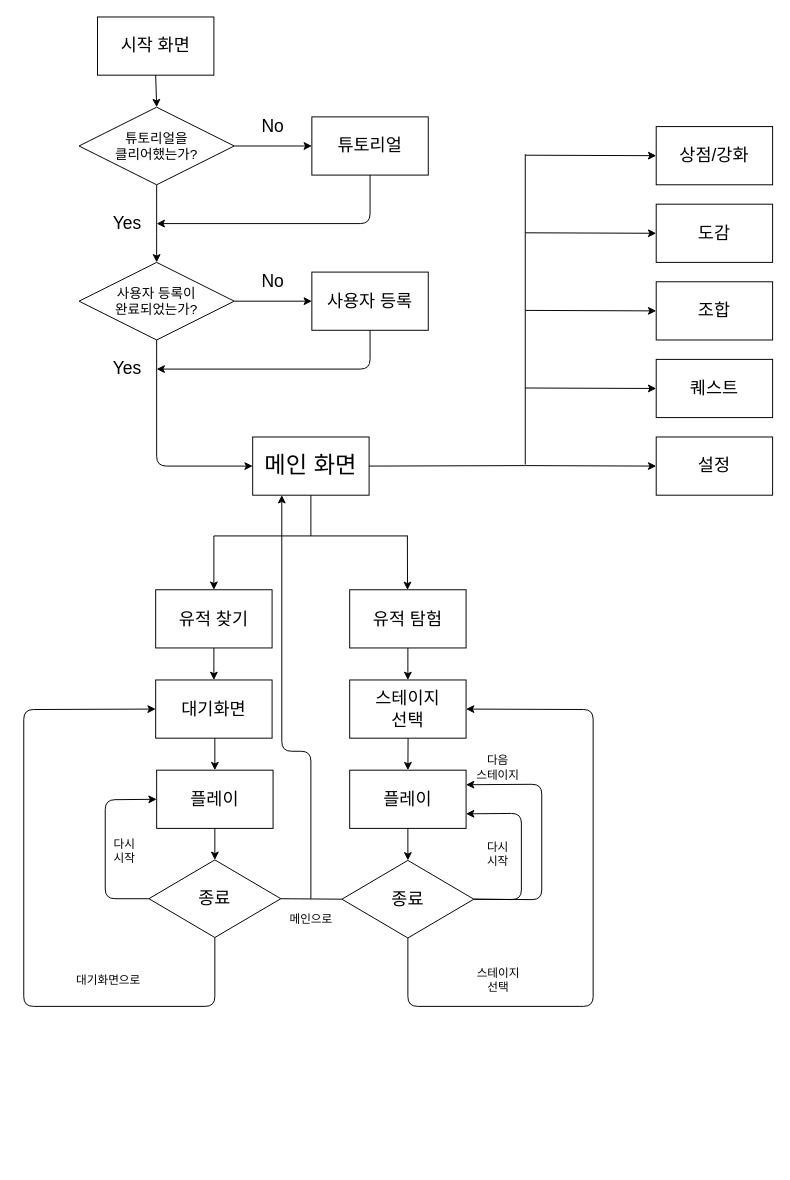
dinenki71/UI keeps this draw.io diagram as Untitled Diagram.drawio. Above is the earlier version. Source tidied: cells renumbered, new cells numbered last; positions are measured from the earlier drawing's top-left corner, leaving out a move shared by most shapes. Both pictures are drawn from the tidied source at 97%, with x=0, y=0 at pixel (23, 16).
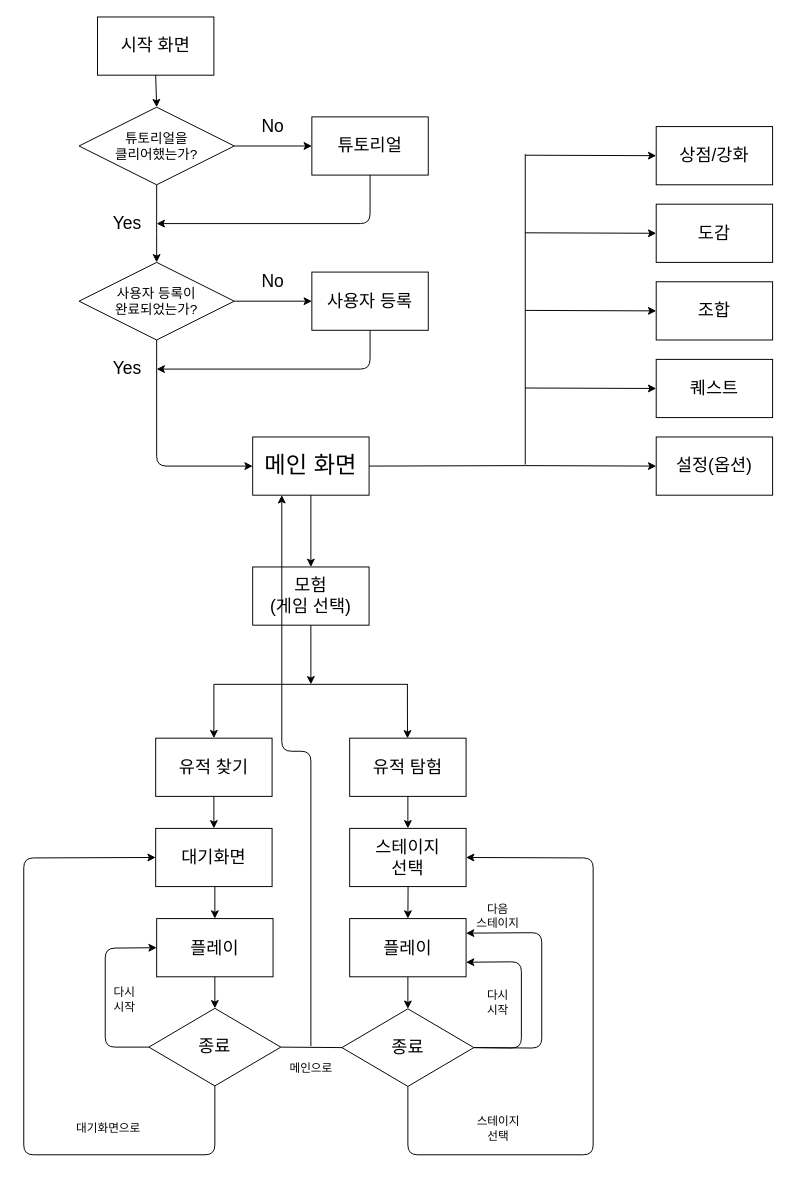
The same page after the edit.

The change refers to these unchanged cells:
```xml
<mxCell id="13" value="&lt;font style=&quot;font-size: 24px&quot;&gt;메인 화면&lt;/font&gt;" style="rounded=0;whiteSpace=wrap;html=1;" parent="1" vertex="1">
  <mxGeometry x="236" y="433" width="120" height="60" as="geometry" />
</mxCell>
```

The edit, as a diff of the source:
```diff
@@
+    <mxCell id="62" value="&lt;font style=&quot;font-size: 18px&quot;&gt;모험&lt;br&gt;(게임 선택)&lt;br&gt;&lt;/font&gt;" style="rounded=0;whiteSpace=wrap;html=1;" parent="1" vertex="1">
+      <mxGeometry x="236" y="567" width="120" height="60" as="geometry" />
+    </mxCell>
@@
-    <mxCell id="30" value="&lt;font style=&quot;font-size: 18px&quot;&gt;설정&lt;/font&gt;" style="rounded=0;whiteSpace=wrap;html=1;" parent="1" vertex="1">
+    <mxCell id="30" value="&lt;font style=&quot;font-size: 18px&quot;&gt;설정(옵션)&lt;/font&gt;" style="rounded=0;whiteSpace=wrap;html=1;" parent="1" vertex="1">
       <mxGeometry x="652" y="433" width="120" height="60" as="geometry" />
     </mxCell>
-    <mxCell id="31" style="endArrow=none;html=1;entryX=0.5;entryY=1;entryDx=0;entryDy=0;" parent="1" edge="1" target="13">
-      <mxGeometry relative="1" as="geometry">
-        <mxPoint x="296" y="535" as="sourcePoint" />
-      </mxGeometry>
-    </mxCell>
     <mxCell id="32" style="endArrow=none;html=1;" parent="1" edge="1">
       <mxGeometry relative="1" as="geometry">
-        <mxPoint x="196" y="535" as="sourcePoint" />
-        <mxPoint x="396" y="535" as="targetPoint" />
+        <mxPoint x="196" y="688" as="sourcePoint" />
+        <mxPoint x="396" y="688" as="targetPoint" />
       </mxGeometry>
     </mxCell>
     <mxCell id="33" value="&lt;font style=&quot;font-size: 18px&quot;&gt;유적 찾기&lt;/font&gt;" style="rounded=0;whiteSpace=wrap;html=1;" parent="1" vertex="1">
-      <mxGeometry x="136" y="590.5" width="120" height="60" as="geometry" />
+      <mxGeometry x="136" y="743.5" width="120" height="60" as="geometry" />
     </mxCell>
     <mxCell id="34" value="&lt;font style=&quot;font-size: 18px&quot;&gt;유적 탐험&lt;/font&gt;" style="rounded=0;whiteSpace=wrap;html=1;" parent="1" vertex="1">
-      <mxGeometry x="336" y="590.5" width="120" height="60" as="geometry" />
+      <mxGeometry x="336" y="743.5" width="120" height="60" as="geometry" />
     </mxCell>
     <mxCell id="35" value="&lt;font style=&quot;font-size: 18px&quot;&gt;스테이지&lt;br&gt;선택&lt;/font&gt;&lt;br&gt;" style="rounded=0;whiteSpace=wrap;html=1;" parent="1" vertex="1">
-      <mxGeometry x="336" y="683.5" width="120" height="60" as="geometry" />
+      <mxGeometry x="336" y="836.5" width="120" height="60" as="geometry" />
     </mxCell>
     <mxCell id="36" style="endArrow=classic;html=1;entryX=0.5;entryY=0;entryDx=0;entryDy=0;" parent="1" edge="1" target="33">
       <mxGeometry relative="1" as="geometry">
-        <mxPoint x="196" y="535" as="sourcePoint" />
+        <mxPoint x="196" y="688" as="sourcePoint" />
         <Array as="points">
-          <mxPoint x="196" y="535" />
+          <mxPoint x="196" y="688" />
         </Array>
       </mxGeometry>
     </mxCell>
     <mxCell id="37" style="endArrow=classic;html=1;entryX=0.5;entryY=0;entryDx=0;entryDy=0;" parent="1" edge="1">
       <mxGeometry relative="1" as="geometry">
-        <mxPoint x="395.5" y="535" as="sourcePoint" />
-        <mxPoint x="395.6" y="590.7" as="targetPoint" />
+        <mxPoint x="395.5" y="688" as="sourcePoint" />
+        <mxPoint x="395.6" y="743.7" as="targetPoint" />
         <Array as="points">
-          <mxPoint x="395.5" y="535" />
+          <mxPoint x="395.5" y="688" />
         </Array>
       </mxGeometry>
     </mxCell>
@@
     <mxCell id="39" value="&lt;font style=&quot;font-size: 18px&quot;&gt;대기화면&lt;/font&gt;" style="rounded=0;whiteSpace=wrap;html=1;" parent="1" vertex="1">
-      <mxGeometry x="136" y="683.5" width="120" height="60" as="geometry" />
+      <mxGeometry x="136" y="836.5" width="120" height="60" as="geometry" />
     </mxCell>
     <mxCell id="40" style="endArrow=classic;html=1;entryX=0.5;entryY=0;entryDx=0;entryDy=0;" parent="1" edge="1" target="39">
       <mxGeometry relative="1" as="geometry">
-        <mxPoint x="196" y="650.5" as="sourcePoint" />
+        <mxPoint x="196" y="803.5" as="sourcePoint" />
         <Array as="points">
-          <mxPoint x="196" y="650.5" />
+          <mxPoint x="196" y="803.5" />
         </Array>
       </mxGeometry>
     </mxCell>
     <mxCell id="41" value="&lt;font style=&quot;font-size: 18px&quot;&gt;플레이&lt;br&gt;&lt;/font&gt;" style="rounded=0;whiteSpace=wrap;html=1;" parent="1" vertex="1">
-      <mxGeometry x="137" y="776.5" width="120" height="60" as="geometry" />
+      <mxGeometry x="137" y="929.5" width="120" height="60" as="geometry" />
     </mxCell>
     <mxCell id="42" style="endArrow=classic;html=1;entryX=0.5;entryY=0;entryDx=0;entryDy=0;" parent="1" edge="1" target="41">
       <mxGeometry relative="1" as="geometry">
-        <mxPoint x="197" y="743.5" as="sourcePoint" />
+        <mxPoint x="197" y="896.5" as="sourcePoint" />
         <Array as="points">
-          <mxPoint x="197" y="743.5" />
+          <mxPoint x="197" y="896.5" />
         </Array>
       </mxGeometry>
     </mxCell>
     <mxCell id="43" value="&lt;span style=&quot;font-size: 18px&quot;&gt;플레이&lt;/span&gt;&lt;br&gt;" style="rounded=0;whiteSpace=wrap;html=1;" parent="1" vertex="1">
-      <mxGeometry x="336" y="776.5" width="120" height="60" as="geometry" />
+      <mxGeometry x="336" y="929.5" width="120" height="60" as="geometry" />
     </mxCell>
     <mxCell id="44" style="endArrow=classic;html=1;exitX=0.5;exitY=1;exitDx=0;exitDy=0;entryX=0.5;entryY=0;entryDx=0;entryDy=0;" parent="1" edge="1" target="43">
       <mxGeometry relative="1" as="geometry">
-        <mxPoint x="396.2" y="743.5" as="sourcePoint" />
+        <mxPoint x="396.2" y="896.5" as="sourcePoint" />
       </mxGeometry>
     </mxCell>
     <mxCell id="45" value="&lt;font style=&quot;font-size: 18px&quot;&gt;종료&lt;/font&gt;" style="rhombus;whiteSpace=wrap;html=1;" parent="1" vertex="1">
-      <mxGeometry x="328" y="869.5" width="136" height="80" as="geometry" />
+      <mxGeometry x="328" y="1022.5" width="136" height="80" as="geometry" />
     </mxCell>
@@
     <mxCell id="47" value="&lt;font style=&quot;font-size: 18px&quot;&gt;종료&lt;/font&gt;" style="rhombus;whiteSpace=wrap;html=1;" parent="1" vertex="1">
-      <mxGeometry x="129" y="869" width="136" height="80" as="geometry" />
+      <mxGeometry x="129" y="1022" width="136" height="80" as="geometry" />
     </mxCell>
     <mxCell id="48" style="endArrow=classic;html=1;exitX=0.5;exitY=1;exitDx=0;exitDy=0;entryX=0.5;entryY=0;entryDx=0;entryDy=0;" parent="1" edge="1" target="47">
       <mxGeometry relative="1" as="geometry">
-        <mxPoint x="197" y="836.5" as="sourcePoint" />
+        <mxPoint x="197" y="989.5" as="sourcePoint" />
       </mxGeometry>
     </mxCell>
     <mxCell id="49" style="endArrow=classic;html=1;exitX=0.5;exitY=1;exitDx=0;exitDy=0;entryX=1;entryY=0.5;entryDx=0;entryDy=0;" parent="1" edge="1" source="45" target="35">
       <mxGeometry relative="1" as="geometry">
         <Array as="points">
-          <mxPoint x="396" y="1020" />
-          <mxPoint x="587" y="1020" />
-          <mxPoint x="587" y="714" />
+          <mxPoint x="396" y="1173" />
+          <mxPoint x="587" y="1173" />
+          <mxPoint x="587" y="867" />
         </Array>
       </mxGeometry>
     </mxCell>
     <mxCell id="50" style="endArrow=classic;html=1;exitX=1;exitY=0.5;exitDx=0;exitDy=0;entryX=1;entryY=0.75;entryDx=0;entryDy=0;" parent="1" edge="1" source="45" target="43">
       <mxGeometry relative="1" as="geometry">
         <Array as="points">
-          <mxPoint x="513" y="910" />
-          <mxPoint x="513" y="821" />
+          <mxPoint x="513" y="1063" />
+          <mxPoint x="513" y="974" />
         </Array>
       </mxGeometry>
     </mxCell>
     <mxCell id="51" style="endArrow=classic;html=1;exitX=0.5;exitY=1;exitDx=0;exitDy=0;entryX=0;entryY=0.5;entryDx=0;entryDy=0;" parent="1" edge="1" source="47" target="39">
       <mxGeometry relative="1" as="geometry">
         <Array as="points">
-          <mxPoint x="197" y="1020" />
-          <mxPoint y="1020" />
-          <mxPoint y="714" />
+          <mxPoint x="197" y="1173" />
+          <mxPoint y="1173" />
+          <mxPoint y="867" />
         </Array>
       </mxGeometry>
     </mxCell>
     <mxCell id="52" style="endArrow=classic;html=1;exitX=0;exitY=0.5;exitDx=0;exitDy=0;entryX=0;entryY=0.5;entryDx=0;entryDy=0;" parent="1" edge="1" source="47" target="41">
       <mxGeometry relative="1" as="geometry">
         <Array as="points">
-          <mxPoint x="84" y="909" />
-          <mxPoint x="84" y="807" />
+          <mxPoint x="84" y="1062" />
+          <mxPoint x="84" y="960" />
         </Array>
       </mxGeometry>
     </mxCell>
@@
     <mxCell id="54" style="endArrow=classic;html=1;entryX=0.25;entryY=1;entryDx=0;entryDy=0;" parent="1" edge="1" target="13">
       <mxGeometry relative="1" as="geometry">
-        <mxPoint x="296" y="909" as="sourcePoint" />
+        <mxPoint x="296" y="1061" as="sourcePoint" />
         <Array as="points">
           <mxPoint x="296" y="757" />
           <mxPoint x="266" y="757" />
         </Array>
       </mxGeometry>
     </mxCell>
     <mxCell id="55" value="다시&lt;br&gt;시작&lt;br&gt;" style="text;html=1;strokeColor=none;fillColor=none;align=center;verticalAlign=middle;whiteSpace=wrap;rounded=0;" parent="1" vertex="1">
-      <mxGeometry x="83.5" y="849.5" width="40" height="20" as="geometry" />
+      <mxGeometry x="83.5" y="1002.5" width="40" height="20" as="geometry" />
     </mxCell>
     <mxCell id="56" value="다시&lt;br&gt;시작&lt;br&gt;" style="text;html=1;strokeColor=none;fillColor=none;align=center;verticalAlign=middle;whiteSpace=wrap;rounded=0;" parent="1" vertex="1">
-      <mxGeometry x="469" y="853" width="40" height="20" as="geometry" />
+      <mxGeometry x="469" y="1006" width="40" height="20" as="geometry" />
     </mxCell>
     <mxCell id="57" value="스테이지&lt;br&gt;선택&lt;br&gt;" style="text;html=1;strokeColor=none;fillColor=none;align=center;verticalAlign=middle;whiteSpace=wrap;rounded=0;" parent="1" vertex="1">
-      <mxGeometry x="435.5" y="979.5" width="107" height="26" as="geometry" />
+      <mxGeometry x="435.5" y="1132.5" width="107" height="26" as="geometry" />
     </mxCell>
     <mxCell id="58" value="대기화면으로&lt;br&gt;" style="text;html=1;strokeColor=none;fillColor=none;align=center;verticalAlign=middle;whiteSpace=wrap;rounded=0;" parent="1" vertex="1">
-      <mxGeometry x="33.5" y="979.5" width="107" height="26" as="geometry" />
+      <mxGeometry x="33.5" y="1132.5" width="107" height="26" as="geometry" />
     </mxCell>
     <mxCell id="59" value="메인으로&lt;br&gt;" style="text;html=1;strokeColor=none;fillColor=none;align=center;verticalAlign=middle;whiteSpace=wrap;rounded=0;" parent="1" vertex="1">
-      <mxGeometry x="242.5" y="917.5" width="107" height="26" as="geometry" />
+      <mxGeometry x="242.5" y="1070.5" width="107" height="26" as="geometry" />
     </mxCell>
     <mxCell id="60" style="endArrow=classic;html=1;exitX=1;exitY=0.5;exitDx=0;exitDy=0;entryX=1;entryY=0.25;entryDx=0;entryDy=0;" parent="1" edge="1" source="45" target="43">
       <mxGeometry relative="1" as="geometry">
         <Array as="points">
-          <mxPoint x="534" y="910" />
-          <mxPoint x="534" y="791" />
+          <mxPoint x="534" y="1063" />
+          <mxPoint x="534" y="944" />
         </Array>
       </mxGeometry>
     </mxCell>
     <mxCell id="61" value="다음&lt;br&gt;스테이지&lt;br&gt;" style="text;html=1;strokeColor=none;fillColor=none;align=center;verticalAlign=middle;whiteSpace=wrap;rounded=0;" parent="1" vertex="1">
-      <mxGeometry x="460" y="764" width="58" height="20" as="geometry" />
+      <mxGeometry x="460" y="917" width="58" height="20" as="geometry" />
     </mxCell>
+    <mxCell id="63" style="endArrow=classic;html=1;exitX=0.5;exitY=1;exitDx=0;exitDy=0;entryX=0.5;entryY=0;entryDx=0;entryDy=0;" parent="1" edge="1" source="13" target="62">
+      <mxGeometry relative="1" as="geometry" />
+    </mxCell>
+    <mxCell id="64" style="endArrow=classic;html=1;exitX=0.5;exitY=1;exitDx=0;exitDy=0;" parent="1" edge="1" source="62">
+      <mxGeometry relative="1" as="geometry">
+        <mxPoint x="296" y="688" as="targetPoint" />
+      </mxGeometry>
+    </mxCell>
```
